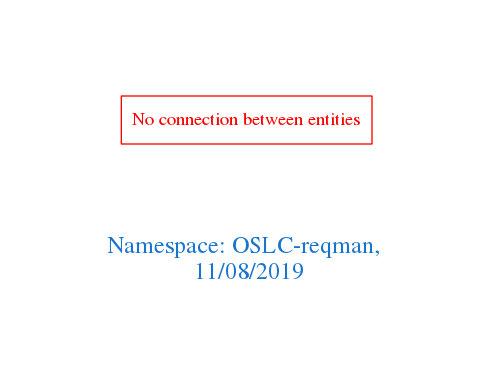
arago/OGIT keeps this Graphviz diagram as downloads/OSLC-reqman.png. Above is the earlier version. Its source is kept beside it as downloads/OSLC-reqman.dot.
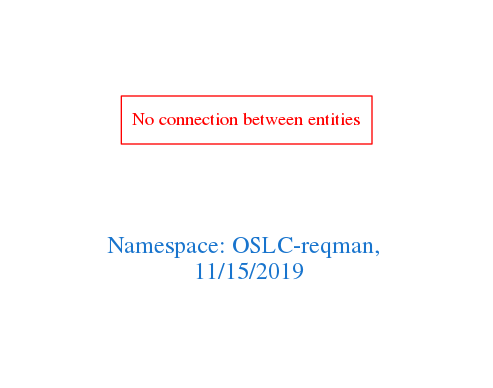
Above is the later version.

What changed in the source:
```diff
@@ -1,7 +1,7 @@
 digraph OGIT_ontology {
  graph [ rankdir= LR,pad=1
 fontsize = 18,
-fontcolor= dodgerblue3,label = "\n\n\nNamespace: OSLC-reqman, \n 11/08/2019"];
+fontcolor= dodgerblue3,label = "\n\n\nNamespace: OSLC-reqman, \n 11/15/2019"];
 node[shape=polygon];
 edge [  color="gray81"];
 
```
